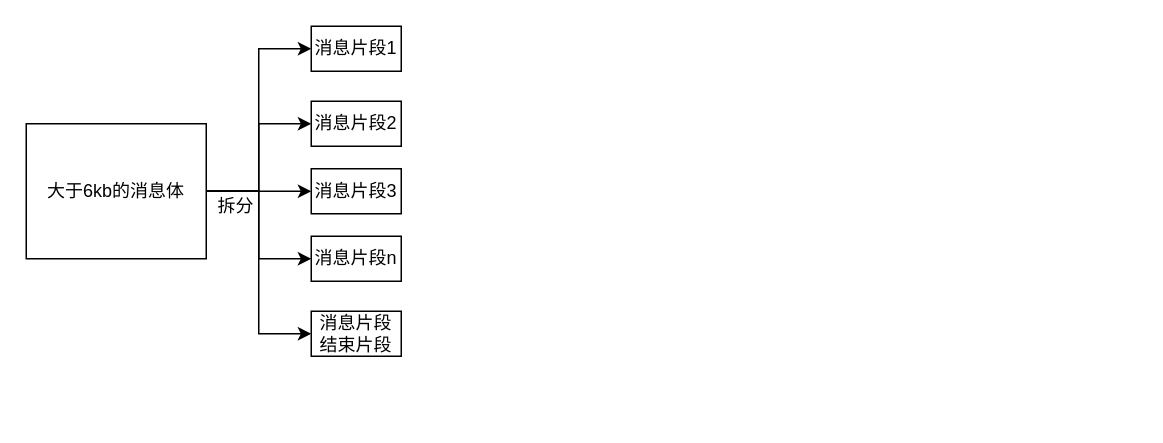
The draw.io diagram Untitled Diagram.drawio in kkgg123/ROOT, before the edit. Source tidied: cells renumbered, new cells numbered last; positions are measured from the earlier drawing's top-left corner, leaving out a move shared by most shapes. Both pictures are drawn from the tidied source at 150%, with x=0, y=0 at pixel (26, 26).
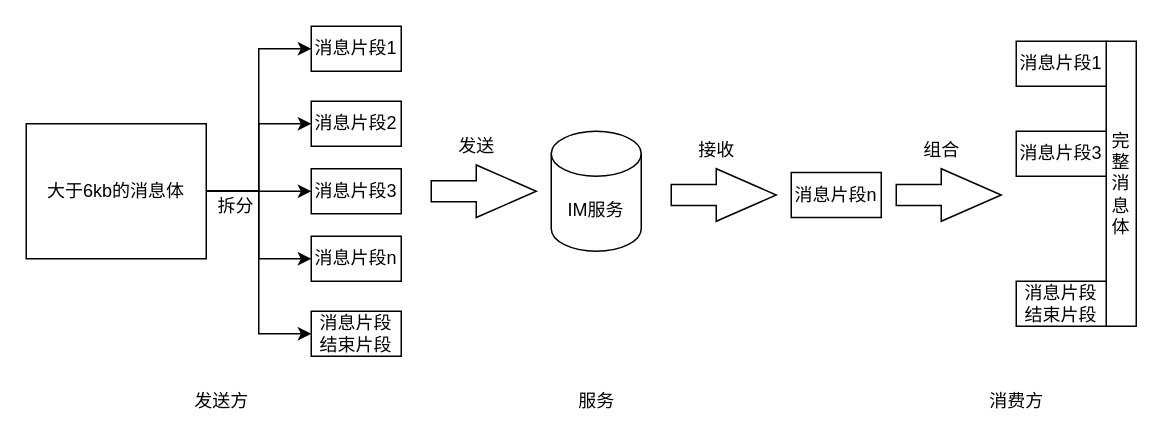
The same diagram, later.

Change to the diagram source:
```diff
@@
+    <mxCell id="14" value="IM服务" style="shape=cylinder3;whiteSpace=wrap;html=1;boundedLbl=1;backgroundOutline=1;size=15;" parent="1" vertex="1">
+      <mxGeometry x="350" y="70" width="60" height="80" as="geometry" />
+    </mxCell>
+    <mxCell id="15" style="html=1;shadow=0;dashed=0;align=center;verticalAlign=middle;shape=mxgraph.arrows2.arrow;dy=0.6;dx=40;notch=0;" parent="1" vertex="1">
+      <mxGeometry x="270" y="92.5" width="70" height="35" as="geometry" />
+    </mxCell>
+    <mxCell id="16" value="发送" style="text;html=1;align=center;verticalAlign=middle;strokeColor=none;" parent="1" vertex="1">
+      <mxGeometry x="280" y="70" width="40" height="20" as="geometry" />
+    </mxCell>
+    <mxCell id="17" style="html=1;shadow=0;dashed=0;align=center;verticalAlign=middle;shape=mxgraph.arrows2.arrow;dy=0.6;dx=40;notch=0;" parent="1" vertex="1">
+      <mxGeometry x="430" y="95" width="70" height="35" as="geometry" />
+    </mxCell>
+    <mxCell id="18" value="接收" style="text;html=1;align=center;verticalAlign=middle;strokeColor=none;" parent="1" vertex="1">
+      <mxGeometry x="440" y="72.5" width="40" height="20" as="geometry" />
+    </mxCell>
+    <mxCell id="19" value="完整消息体" style="rounded=0;whiteSpace=wrap;html=1;" parent="1" vertex="1">
+      <mxGeometry x="720" y="10" width="20" height="190" as="geometry" />
+    </mxCell>
+    <mxCell id="20" value="消息片段1" style="rounded=0;whiteSpace=wrap;html=1;" parent="1" vertex="1">
+      <mxGeometry x="660" y="10" width="60" height="30" as="geometry" />
+    </mxCell>
+    <mxCell id="21" value="消息片段3" style="rounded=0;whiteSpace=wrap;html=1;" parent="1" vertex="1">
+      <mxGeometry x="660" y="70" width="60" height="30" as="geometry" />
+    </mxCell>
+    <mxCell id="22" value="消息片段&lt;br&gt;结束片段" style="rounded=0;whiteSpace=wrap;html=1;" parent="1" vertex="1">
+      <mxGeometry x="660" y="170" width="60" height="30" as="geometry" />
+    </mxCell>
+    <mxCell id="23" value="消息片段n" style="rounded=0;whiteSpace=wrap;html=1;" parent="1" vertex="1">
+      <mxGeometry x="510" y="97.5" width="60" height="30" as="geometry" />
+    </mxCell>
+    <mxCell id="24" value="发送方" style="text;html=1;align=center;verticalAlign=middle;strokeColor=none;" parent="1" vertex="1">
+      <mxGeometry x="105" y="240" width="50" height="20" as="geometry" />
+    </mxCell>
+    <mxCell id="25" value="消费方" style="text;html=1;align=center;verticalAlign=middle;strokeColor=none;" parent="1" vertex="1">
+      <mxGeometry x="635" y="240" width="50" height="20" as="geometry" />
+    </mxCell>
+    <mxCell id="26" value="服务" style="text;html=1;align=center;verticalAlign=middle;strokeColor=none;" parent="1" vertex="1">
+      <mxGeometry x="360" y="240" width="40" height="20" as="geometry" />
+    </mxCell>
+    <mxCell id="27" style="html=1;shadow=0;dashed=0;align=center;verticalAlign=middle;shape=mxgraph.arrows2.arrow;dy=0.6;dx=40;notch=0;" parent="1" vertex="1">
+      <mxGeometry x="580" y="95" width="70" height="35" as="geometry" />
+    </mxCell>
+    <mxCell id="28" value="组合" style="text;html=1;align=center;verticalAlign=middle;strokeColor=none;" parent="1" vertex="1">
+      <mxGeometry x="590" y="72.5" width="40" height="20" as="geometry" />
+    </mxCell>
```
